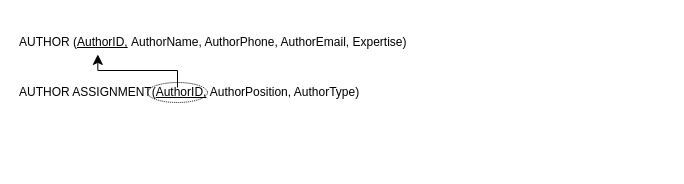
The draw.io diagram Relational_DB_schema.drawio in S0ra1n0/Database_Programming, before the edit. Source tidied: cells renumbered, new cells numbered last; positions are measured from the earlier drawing's top-left corner, leaving out a move shared by most shapes. Both pictures are drawn from the tidied source at 100%, with x=0, y=0 at pixel (17, 27).
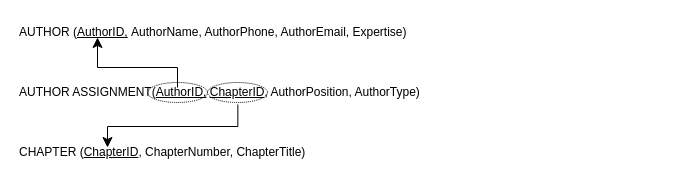
The same diagram, later.

Commit message:
Cập nhật Relational_DB_schema.drawio

The edit, as a diff of the source:
```diff
@@
 <mxGraphModel>
   <root>
     <mxCell id="0" />
     <mxCell id="1" parent="0" />
     <mxCell id="2" value="AUTHOR (&lt;u&gt;AuthorID,&lt;/u&gt;&amp;nbsp;AuthorName, AuthorPhone, AuthorEmail, Expertise)" style="text;html=1;whiteSpace=wrap;strokeColor=none;fillColor=none;align=left;verticalAlign=middle;rounded=0;" parent="1" vertex="1">
-      <mxGeometry width="390" height="30" as="geometry" />
+      <mxGeometry y="-10" width="390" height="30" as="geometry" />
     </mxCell>
     <mxCell id="3" style="ellipse;whiteSpace=wrap;html=1;align=center;dashed=1;dashPattern=1 1;fillColor=none;" parent="1" vertex="1">
       <mxGeometry x="130" y="55" width="60" height="20" as="geometry" />
     </mxCell>
-    <mxCell id="4" value="AUTHOR ASSIGNMENT(&lt;u&gt;AuthorID,&lt;/u&gt;&amp;nbsp;AuthorPosition, AuthorType)" style="text;html=1;whiteSpace=wrap;strokeColor=none;fillColor=none;align=left;verticalAlign=middle;rounded=0;" parent="1" vertex="1">
-      <mxGeometry y="50" width="390" height="30" as="geometry" />
+    <mxCell id="4" value="AUTHOR ASSIGNMENT(&lt;u&gt;AuthorID,&lt;/u&gt;&amp;nbsp;&lt;u&gt;ChapterID&lt;/u&gt;, AuthorPosition, AuthorType)" style="text;html=1;whiteSpace=wrap;strokeColor=none;fillColor=none;align=left;verticalAlign=middle;rounded=0;" parent="1" vertex="1">
+      <mxGeometry y="50" width="650" height="30" as="geometry" />
     </mxCell>
-    <mxCell id="5" style="elbow=vertical;endArrow=classic;html=1;rounded=0;endSize=8;startSize=8;edgeStyle=elbowEdgeStyle;entryX=0.206;entryY=0.897;entryDx=0;entryDy=0;entryPerimeter=0;" parent="1" edge="1" target="2">
+    <mxCell id="5" style="elbow=vertical;endArrow=classic;html=1;rounded=0;endSize=8;startSize=8;edgeStyle=elbowEdgeStyle;" parent="1" edge="1">
       <mxGeometry relative="1" as="geometry">
         <mxPoint x="160" y="60" as="sourcePoint" />
+        <mxPoint x="80" y="10" as="targetPoint" />
+        <Array as="points">
+          <mxPoint x="110" y="40" />
+        </Array>
       </mxGeometry>
     </mxCell>
+    <mxCell id="6" style="ellipse;whiteSpace=wrap;html=1;align=center;dashed=1;dashPattern=1 1;fillColor=none;" parent="1" vertex="1">
+      <mxGeometry x="190" y="55" width="60" height="20" as="geometry" />
+    </mxCell>
+    <mxCell id="7" value="CHAPTER (&lt;u&gt;ChapterID&lt;/u&gt;, ChapterNumber, ChapterTitle)" style="text;html=1;whiteSpace=wrap;strokeColor=none;fillColor=none;align=left;verticalAlign=middle;rounded=0;" parent="1" vertex="1">
+      <mxGeometry y="110" width="650" height="30" as="geometry" />
+    </mxCell>
+    <mxCell id="8" style="edgeStyle=elbowEdgeStyle;elbow=vertical;endArrow=classic;html=1;curved=0;rounded=0;endSize=8;startSize=8;exitX=0.339;exitY=0.9;exitDx=0;exitDy=0;exitPerimeter=0;" parent="1" edge="1" source="4">
+      <mxGeometry relative="1" as="geometry">
+        <mxPoint x="90" y="120" as="targetPoint" />
+      </mxGeometry>
+    </mxCell>
   </root>
 </mxGraphModel>
```
